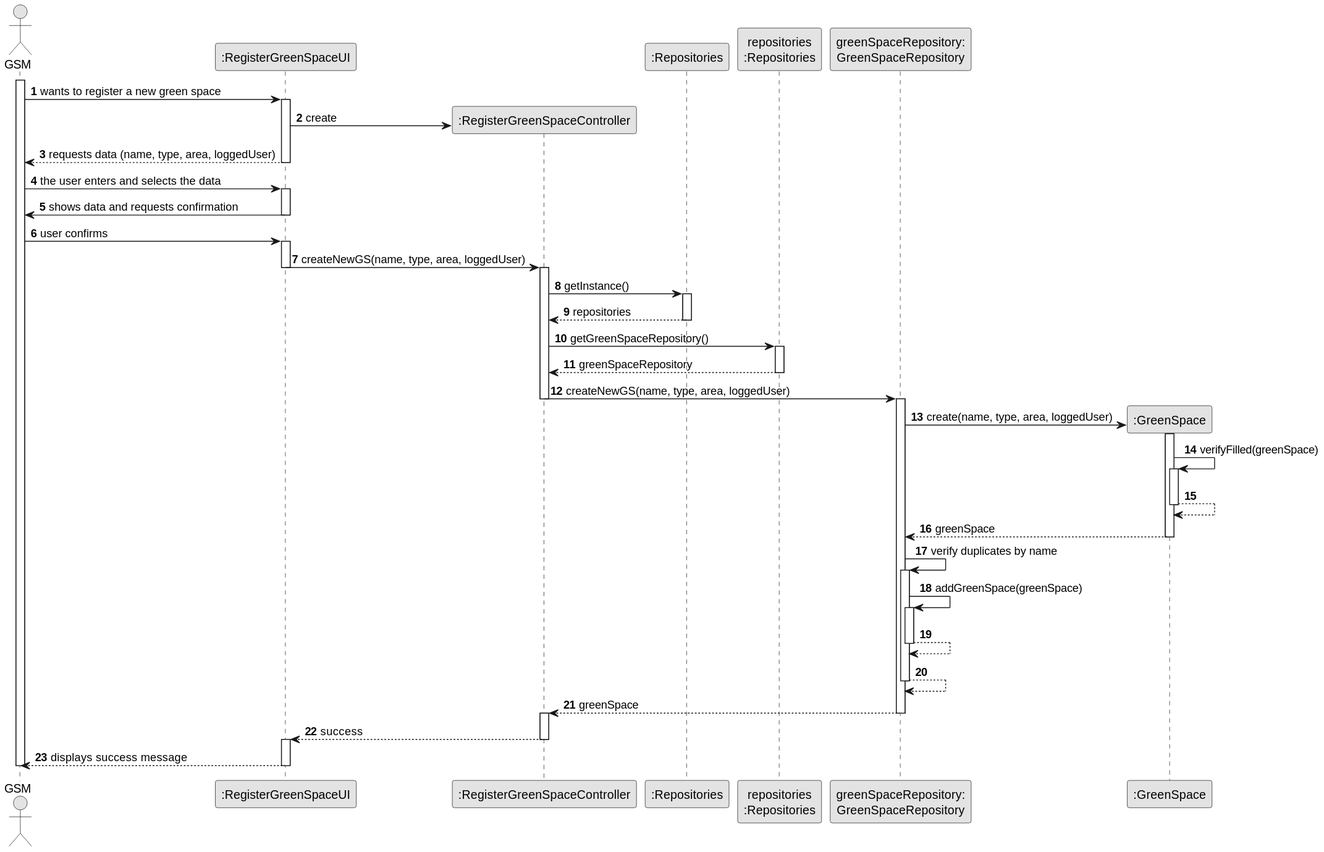
Before: docs/sprintC/us020/03.design/svg/us020-sequence-diagram-full.svg, a diagram exported from PlantUML (ricardomm7/leaflink).
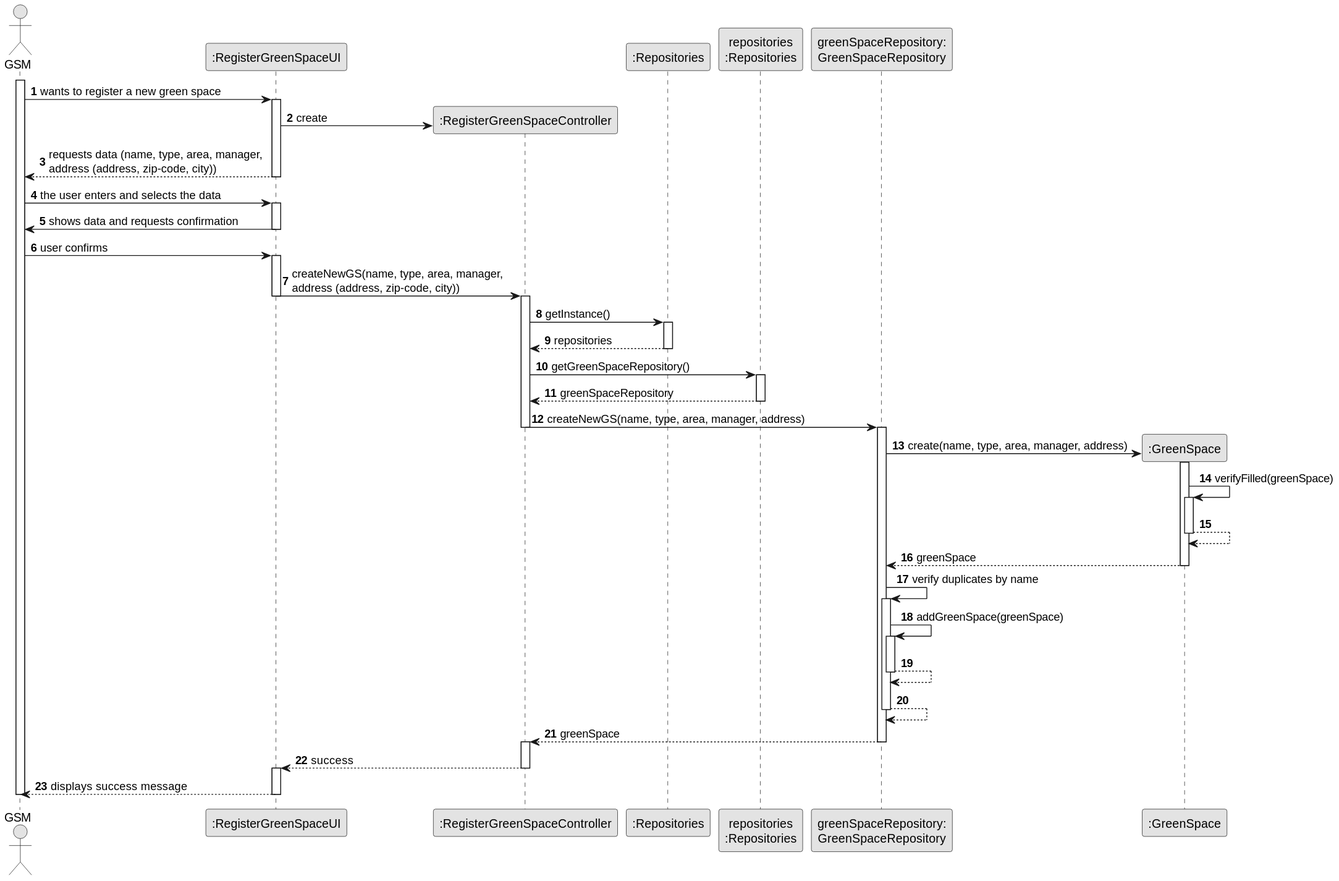
The same diagram one commit later.

Commit message:
Address variable added when registering a green space. #124

The edit, as a diff of the source:
```diff
@@ -21,7 +21,7 @@
 
         UI -> CTRL** : create
 
-        UI --> GSM : requests data (name, type, area, loggedUser)
+        UI --> GSM : requests data (name, type, area, manager, \naddress (address, zip-code, city))
         deactivate UI
 GSM -> UI : the user enters and selects the data
 activate UI
@@ -29,7 +29,7 @@
 deactivate UI
 GSM -> UI: user confirms
 activate UI
-UI -> CTRL : createNewGS(name, type, area, loggedUser)
+UI -> CTRL : createNewGS(name, type, area, manager, \naddress (address, zip-code, city))
 deactivate UI
 activate CTRL
 CTRL -> RepositorySingleton : getInstance()
@@ -40,10 +40,10 @@
 activate PLAT
 PLAT -->  CTRL: greenSpaceRepository
 deactivate PLAT
-CTRL -> gsrepo : createNewGS(name, type, area, loggedUser)
+CTRL -> gsrepo : createNewGS(name, type, area, manager, address)
 deactivate CTRL
 activate gsrepo
-gsrepo -> GS** : create(name, type, area, loggedUser)
+gsrepo -> GS** : create(name, type, area, manager, address)
 activate GS
 GS -> GS : verifyFilled(greenSpace)
 activate GS
```
